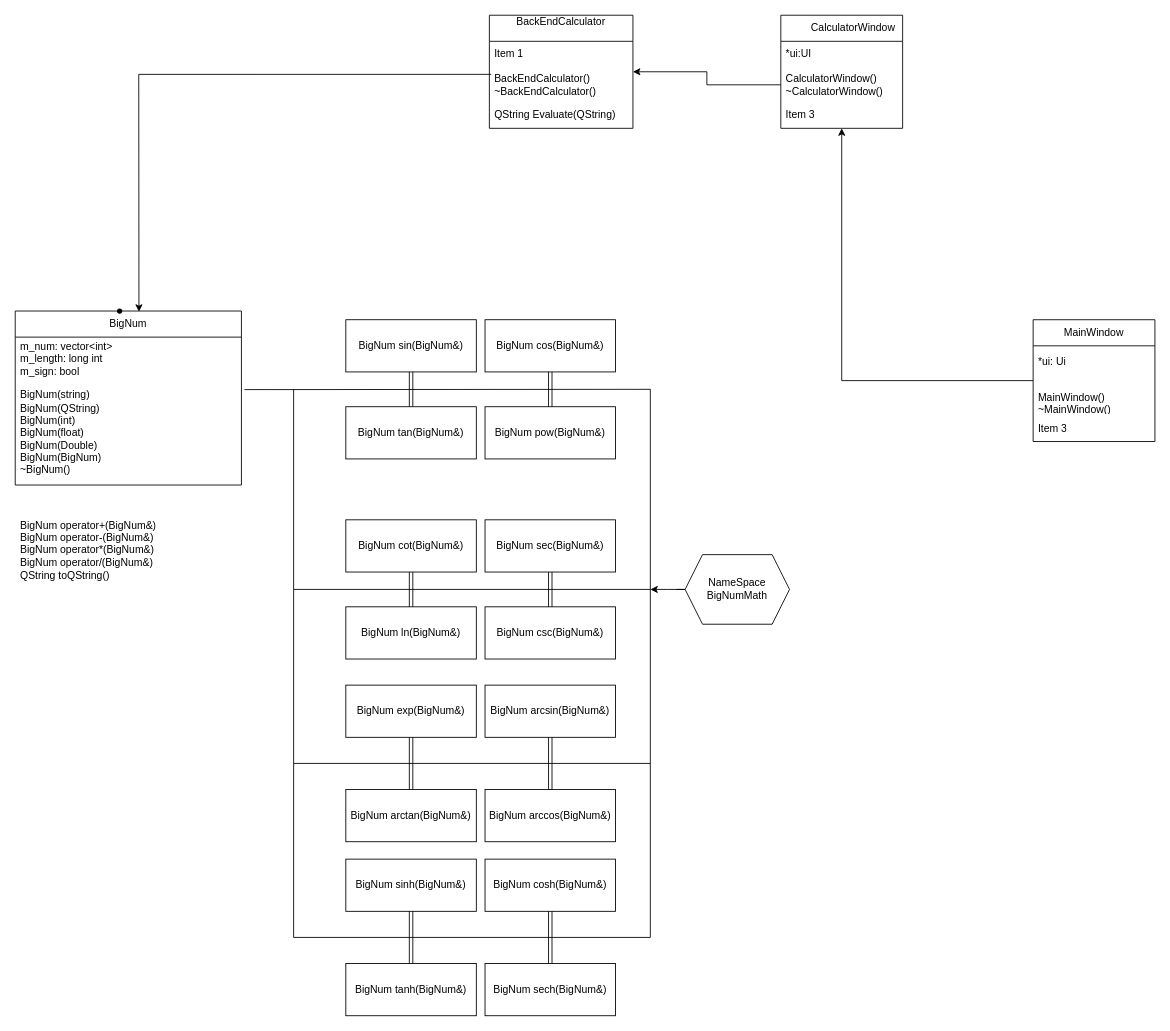
This is calculator.drawio from Aersuy/Aersuy.github.io, a draw.io file, before an edit. Source tidied: cells renumbered, new cells numbered last; positions are measured from the earlier drawing's top-left corner, leaving out a move shared by most shapes. Both pictures are drawn from the tidied source at 87%, with x=0, y=0 at pixel (15, 15).
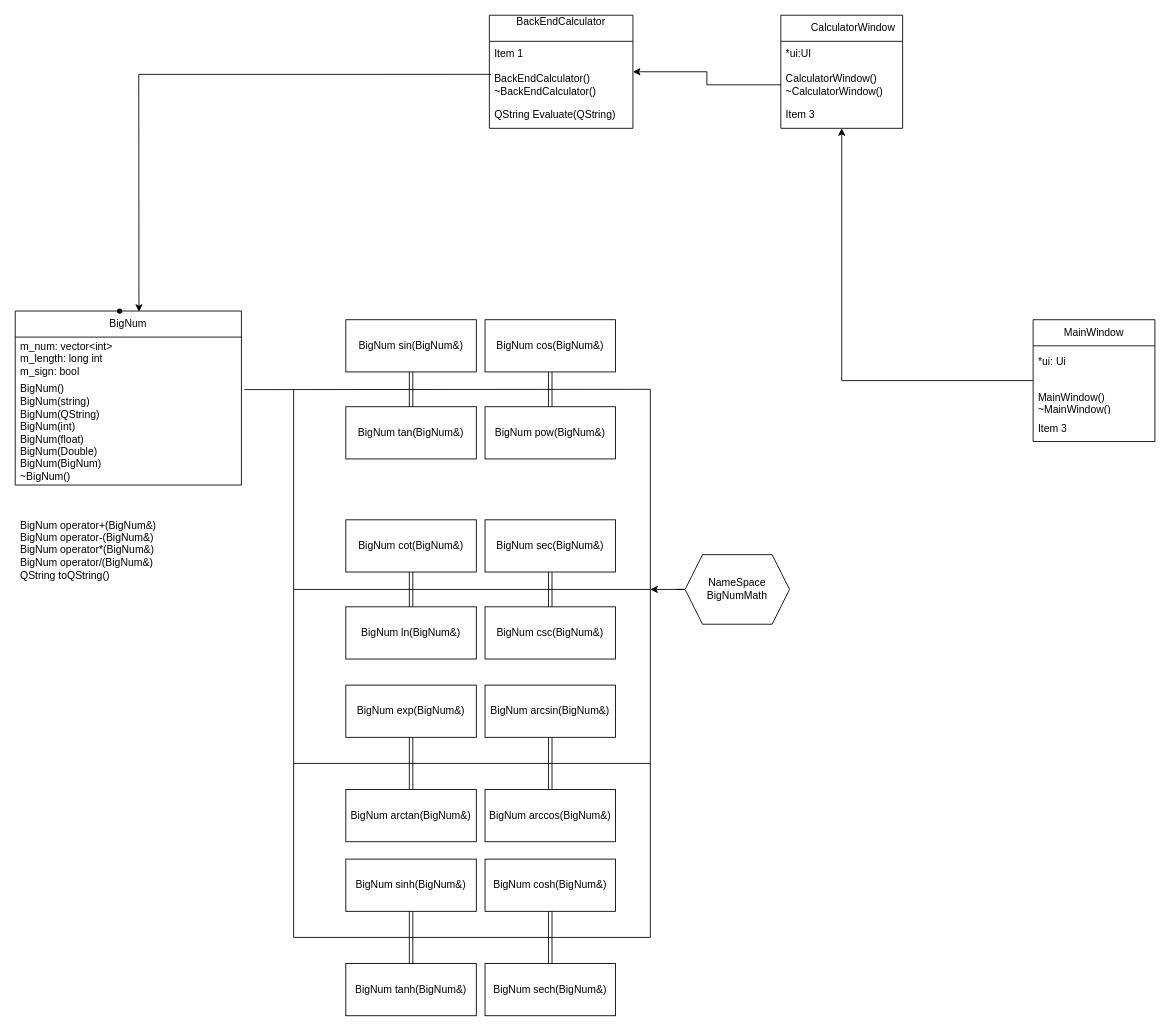
After the change.

Unchanged cells that the change refers to:
```xml
<mxCell id="2" value="BigNum" style="swimlane;fontStyle=0;horizontal=1;startSize=30;whiteSpace=wrap;html=1;" parent="1" vertex="1">
  <mxGeometry y="340" width="260" height="200" as="geometry" />
</mxCell>
```

What changed in the source:
```diff
@@
-    <mxCell id="4" value="&lt;div&gt;BigNum(string)&lt;/div&gt;&lt;div&gt;BigNum(QString)&lt;br&gt;&lt;/div&gt;&lt;div&gt;BigNum(int)&lt;/div&gt;&lt;div&gt;BigNum(float)&lt;/div&gt;&lt;div&gt;BigNum(Double)&lt;/div&gt;&lt;div&gt;BigNum(BigNum)&lt;br&gt;&lt;/div&gt;&lt;div&gt;~BigNum()&lt;br&gt;&lt;/div&gt;" style="text;strokeColor=none;fillColor=none;align=left;verticalAlign=middle;spacingLeft=4;spacingRight=4;overflow=hidden;points=[[0,0.5],[1,0.5]];portConstraint=eastwest;whiteSpace=wrap;html=1;" parent="2" vertex="1">
+    <mxCell id="4" value="&lt;div&gt;BigNum()&lt;br&gt;&lt;/div&gt;&lt;div&gt;BigNum(string)&lt;/div&gt;&lt;div&gt;BigNum(QString)&lt;br&gt;&lt;/div&gt;&lt;div&gt;BigNum(int)&lt;/div&gt;&lt;div&gt;BigNum(float)&lt;/div&gt;&lt;div&gt;BigNum(Double)&lt;/div&gt;&lt;div&gt;BigNum(BigNum)&lt;br&gt;&lt;/div&gt;&lt;div&gt;~BigNum()&lt;br&gt;&lt;/div&gt;" style="text;strokeColor=none;fillColor=none;align=left;verticalAlign=middle;spacingLeft=4;spacingRight=4;overflow=hidden;points=[[0,0.5],[1,0.5]];portConstraint=eastwest;whiteSpace=wrap;html=1;" parent="2" vertex="1">
       <mxGeometry y="80" width="260" height="120" as="geometry" />
     </mxCell>
```
